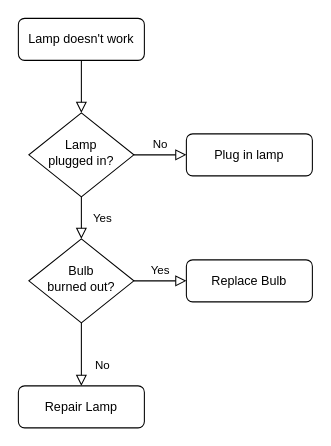
Above: static/未命名绘图.drawio in JeterChan/line-bot-js (draw.io), before the change. Source tidied: cells renumbered, new cells numbered last; positions are measured from the earlier drawing's top-left corner, leaving out a move shared by most shapes. Both pictures are drawn from the tidied source at 105%, with x=0, y=0 at pixel (18, 18).
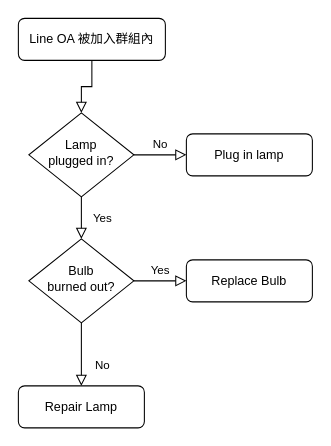
The same diagram, later.

Commit message:
line-bot 流程圖

The edit, as a diff of the source:
```diff
@@
 <mxGraphModel>
   <root>
     <mxCell id="0" />
     <mxCell id="1" parent="0" />
     <mxCell id="2" style="rounded=0;html=1;jettySize=auto;fontSize=11;endArrow=block;endFill=0;endSize=8;strokeWidth=1;shadow=0;labelBackgroundColor=none;edgeStyle=orthogonalEdgeStyle;" parent="1" edge="1" source="3" target="6">
       <mxGeometry relative="1" as="geometry" />
     </mxCell>
-    <mxCell id="3" value="Lamp doesn't work" style="rounded=1;whiteSpace=wrap;html=1;fontSize=12;glass=0;strokeWidth=1;shadow=0;" parent="1" vertex="1">
-      <mxGeometry width="120" height="40" as="geometry" />
+    <mxCell id="3" value="Line OA 被加入群組內" style="rounded=1;whiteSpace=wrap;html=1;fontSize=12;glass=0;strokeWidth=1;shadow=0;" parent="1" vertex="1">
+      <mxGeometry width="140" height="40" as="geometry" />
     </mxCell>
     <mxCell id="4" value="Yes" style="rounded=0;html=1;jettySize=auto;fontSize=11;endArrow=block;endFill=0;endSize=8;strokeWidth=1;shadow=0;labelBackgroundColor=none;edgeStyle=orthogonalEdgeStyle;" parent="1" edge="1" source="6" target="10">
       <mxGeometry y="20" relative="1" as="geometry" />
     </mxCell>
     <mxCell id="5" value="No" style="edgeStyle=orthogonalEdgeStyle;rounded=0;html=1;jettySize=auto;fontSize=11;endArrow=block;endFill=0;endSize=8;strokeWidth=1;shadow=0;labelBackgroundColor=none;" parent="1" edge="1" source="6" target="7">
       <mxGeometry y="10" relative="1" as="geometry" />
     </mxCell>
     <mxCell id="6" value="Lamp&lt;br&gt;plugged in?" style="rhombus;whiteSpace=wrap;html=1;shadow=0;fontFamily=Helvetica;fontSize=12;align=center;strokeWidth=1;spacing=6;spacingTop=-4;" parent="1" vertex="1">
       <mxGeometry x="10" y="90" width="100" height="80" as="geometry" />
     </mxCell>
     <mxCell id="7" value="Plug in lamp" style="rounded=1;whiteSpace=wrap;html=1;fontSize=12;glass=0;strokeWidth=1;shadow=0;" parent="1" vertex="1">
       <mxGeometry x="160" y="110" width="120" height="40" as="geometry" />
     </mxCell>
     <mxCell id="8" value="No" style="rounded=0;html=1;jettySize=auto;fontSize=11;endArrow=block;endFill=0;endSize=8;strokeWidth=1;shadow=0;labelBackgroundColor=none;edgeStyle=orthogonalEdgeStyle;" parent="1" edge="1" source="10" target="11">
       <mxGeometry x="0.33" y="20" relative="1" as="geometry" />
     </mxCell>
     <mxCell id="9" value="Yes" style="edgeStyle=orthogonalEdgeStyle;rounded=0;html=1;jettySize=auto;fontSize=11;endArrow=block;endFill=0;endSize=8;strokeWidth=1;shadow=0;labelBackgroundColor=none;" parent="1" edge="1" source="10" target="12">
       <mxGeometry y="10" relative="1" as="geometry" />
     </mxCell>
     <mxCell id="10" value="Bulb&lt;br&gt;burned out?" style="rhombus;whiteSpace=wrap;html=1;shadow=0;fontFamily=Helvetica;fontSize=12;align=center;strokeWidth=1;spacing=6;spacingTop=-4;" parent="1" vertex="1">
       <mxGeometry x="10" y="210" width="100" height="80" as="geometry" />
     </mxCell>
     <mxCell id="11" value="Repair Lamp" style="rounded=1;whiteSpace=wrap;html=1;fontSize=12;glass=0;strokeWidth=1;shadow=0;" parent="1" vertex="1">
       <mxGeometry y="350" width="120" height="40" as="geometry" />
     </mxCell>
     <mxCell id="12" value="Replace Bulb" style="rounded=1;whiteSpace=wrap;html=1;fontSize=12;glass=0;strokeWidth=1;shadow=0;" parent="1" vertex="1">
       <mxGeometry x="160" y="230" width="120" height="40" as="geometry" />
     </mxCell>
   </root>
 </mxGraphModel>
```
